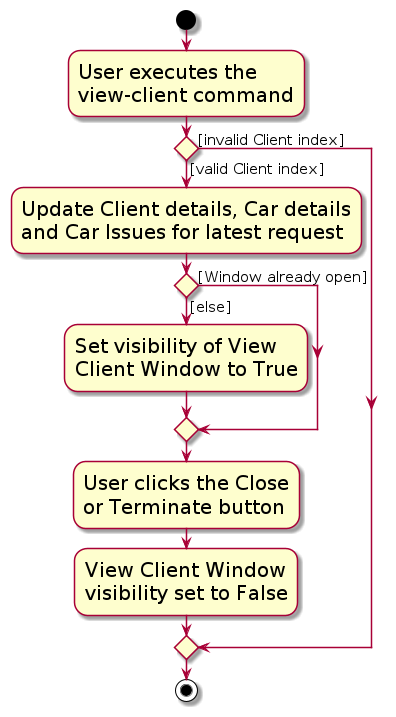
Earlier version of the PlantUML export diagrams/ViewClientActivityDiagram.png (AY2425S1-CS2103T-T14-3/tp). Its source is kept beside it as diagrams/ViewClientActivityDiagram.puml. The source it was exported from:
```plantuml
@startuml
skin rose
skinparam ActivityFontSize 20
skinparam ArrowFontSize 15
start
:User executes the
view-client command;

if () then ([valid Client index])
    :Update Client details, Car details
    and Car Issues for latest request;

    if () then ([Window already open])
    else ([else])
        :Set visibility of View
        Client Window to True;
    endif

:User clicks the Close
or Terminate button;
:View Client Window
visibility set to False;

else ([invalid Client index])
endif
stop
@enduml
```
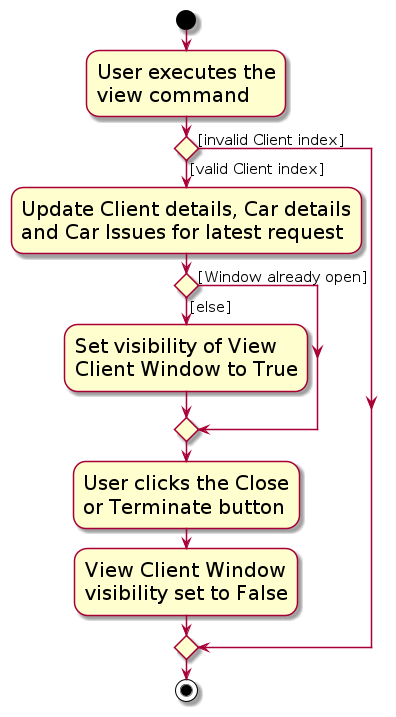
Later version of the same file.

Diff of the diagram source:
```diff
@@ -4,7 +4,7 @@
 skinparam ArrowFontSize 15
 start
 :User executes the
-view-client command;
+view command;
 
 if () then ([valid Client index])
     :Update Client details, Car details
```
